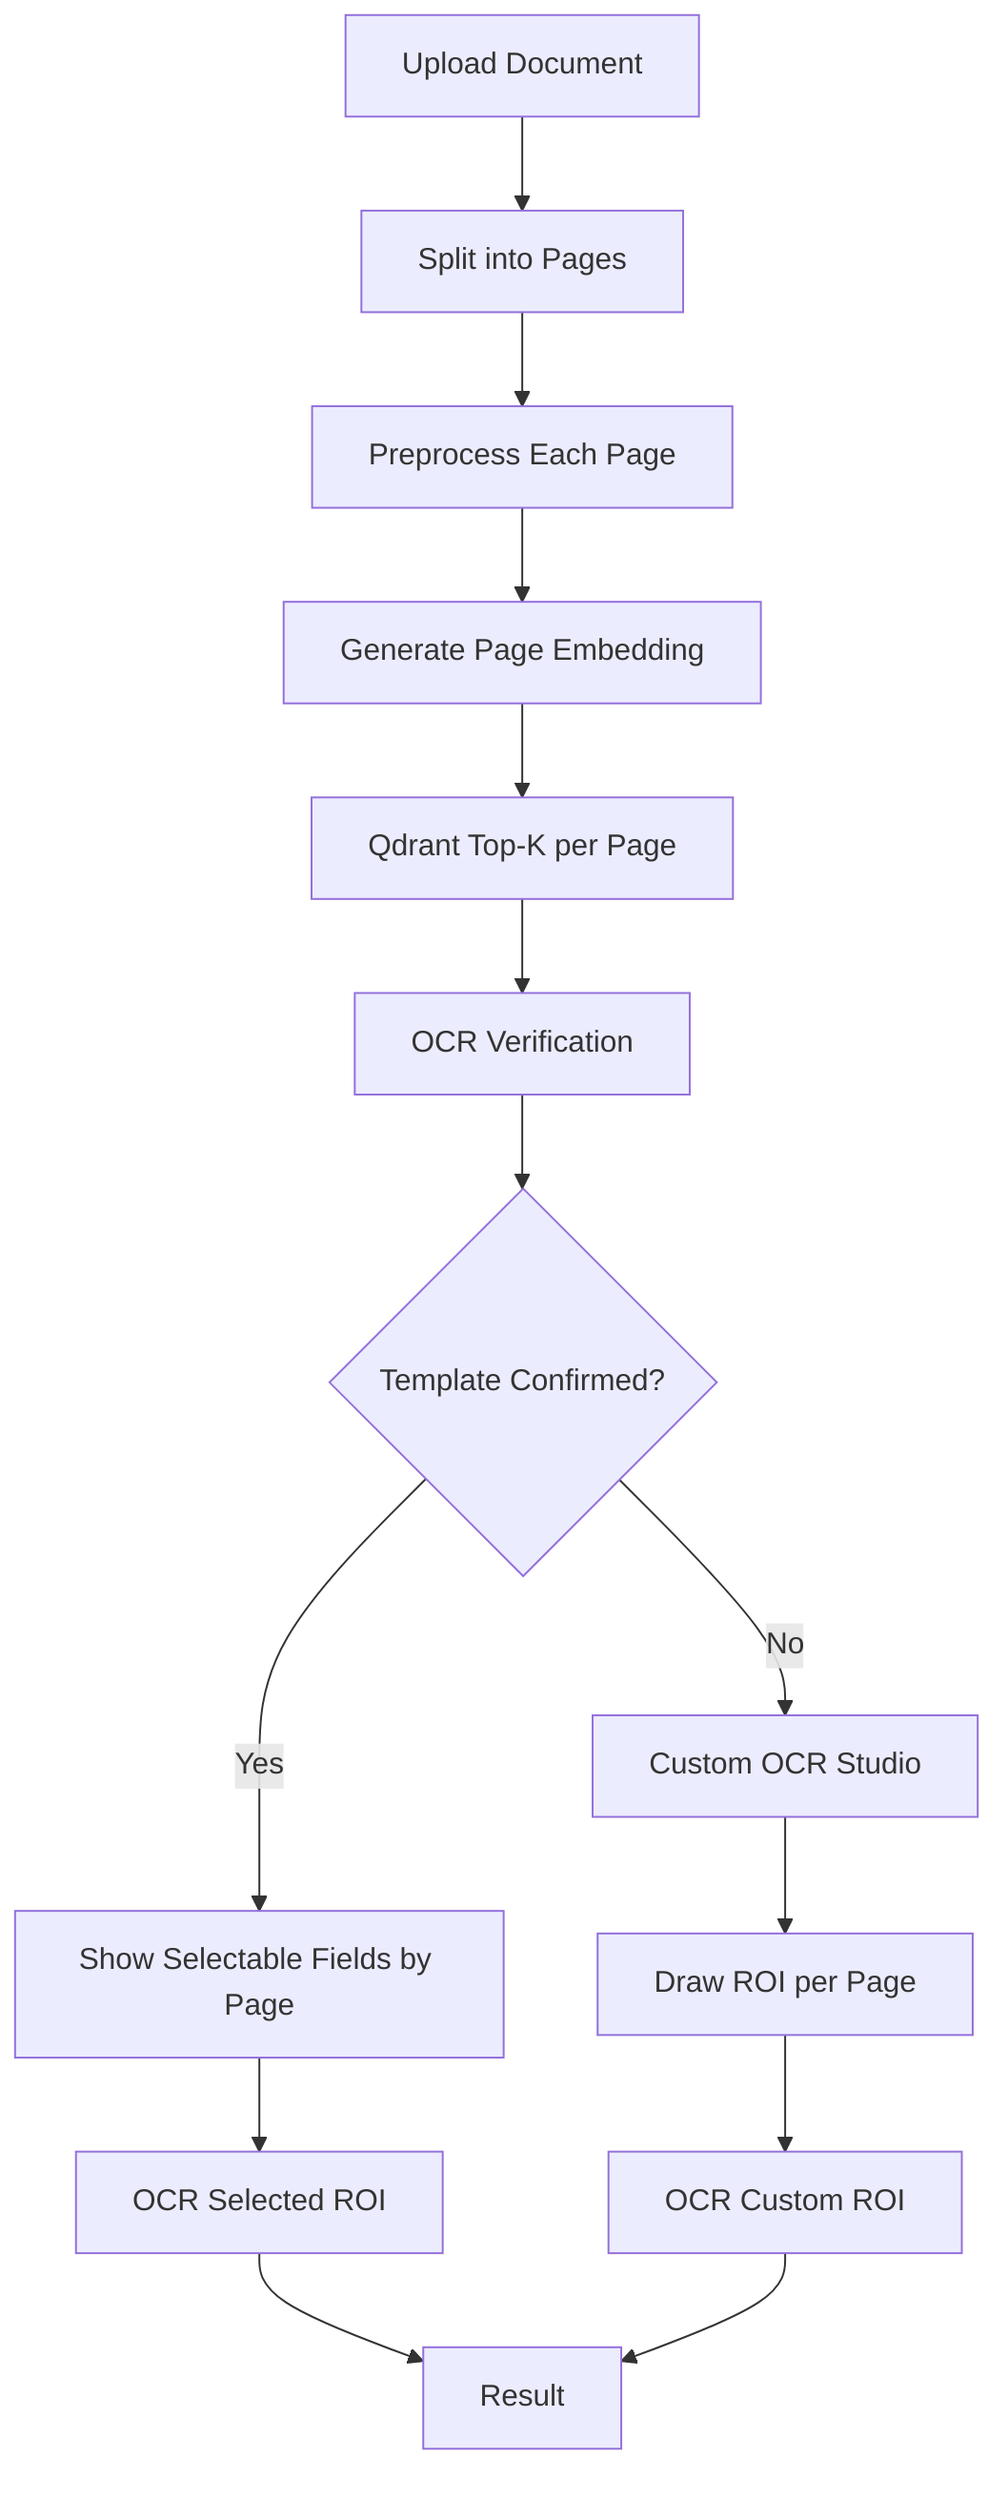
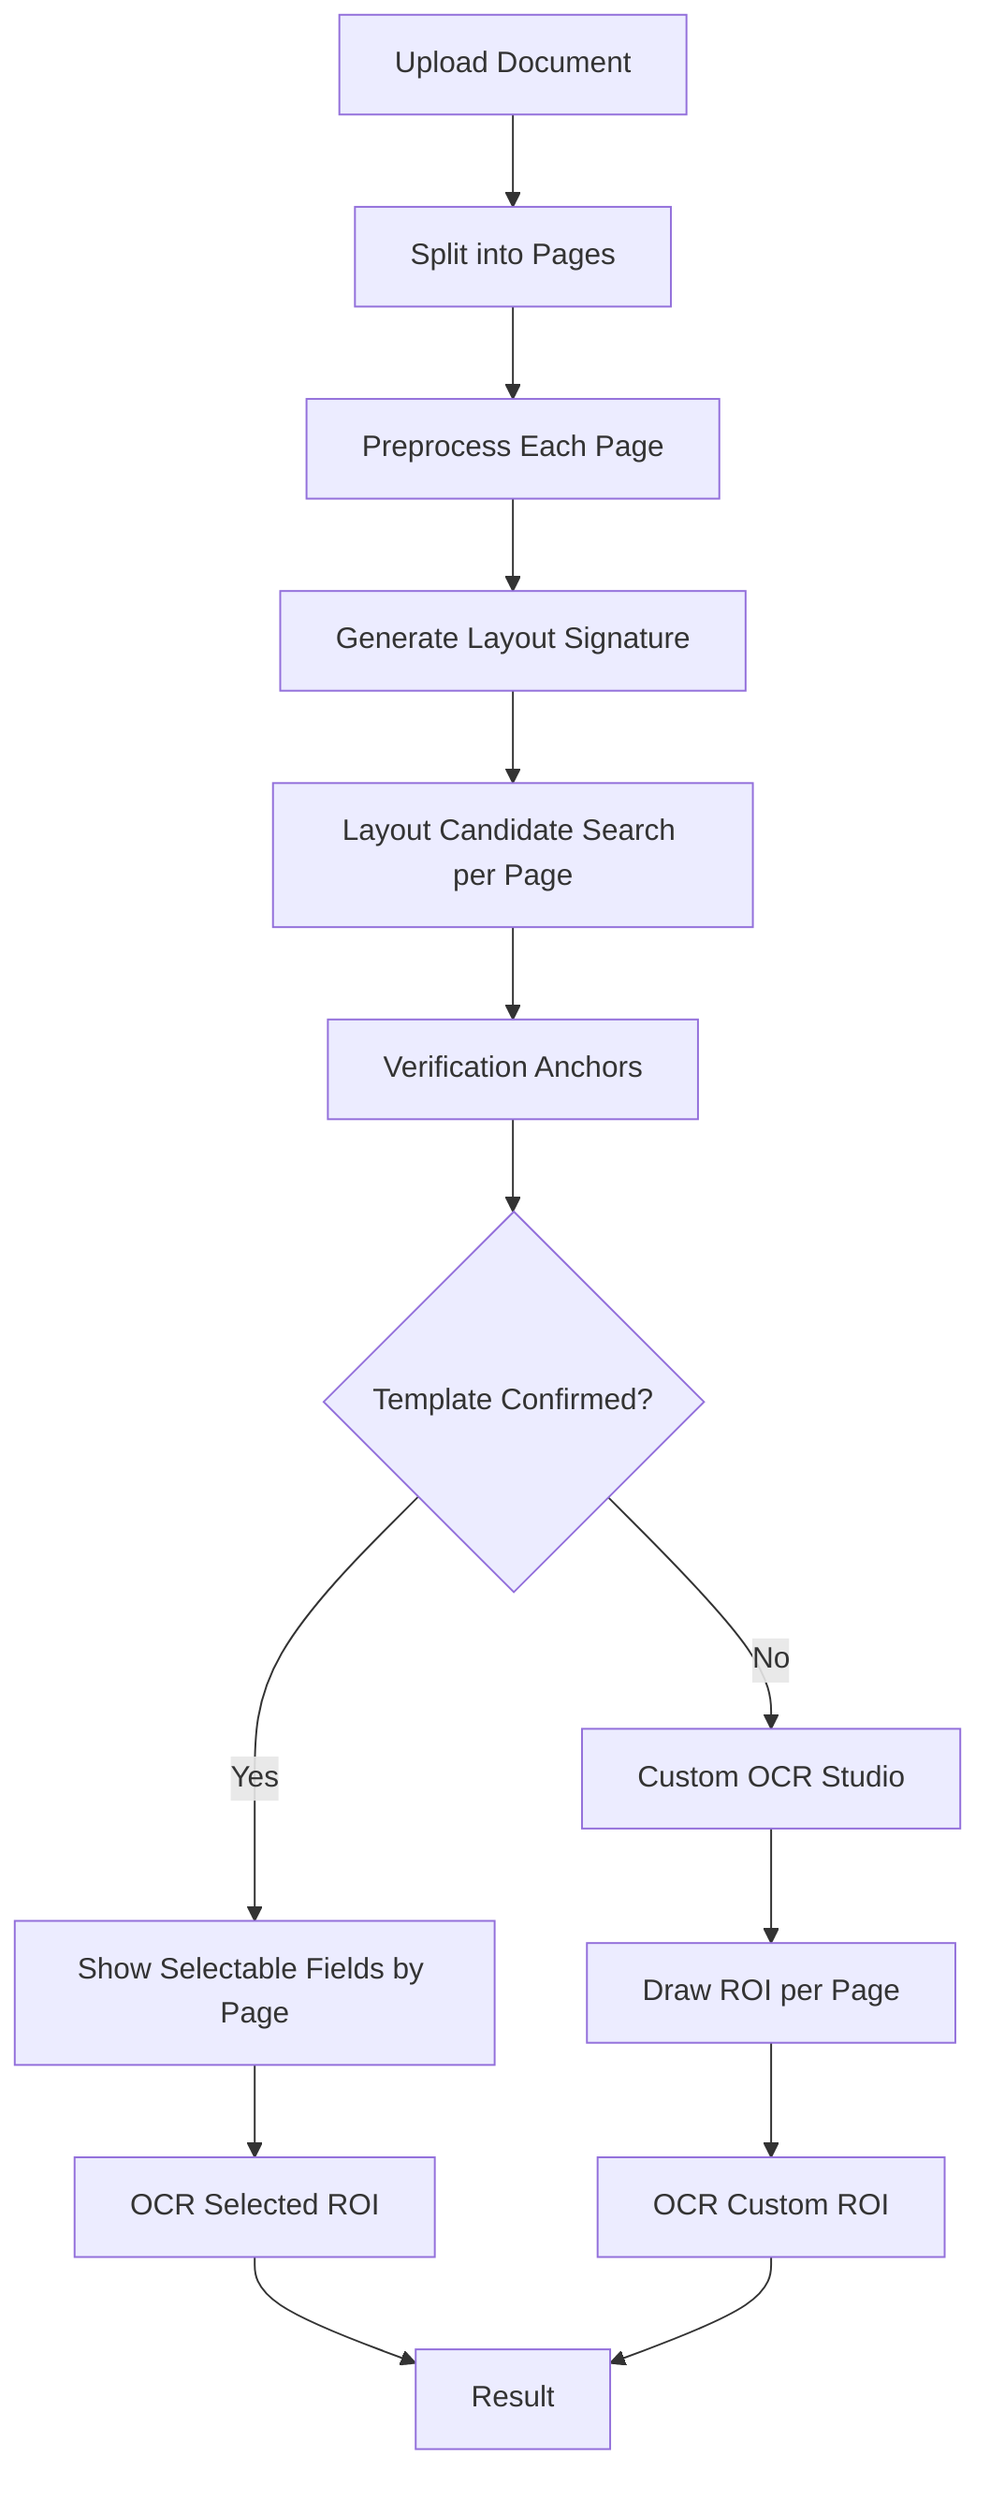
flowchart TD
  A[Upload Document] --> B[Split into Pages]
  B --> C[Preprocess Each Page]
-   C --> D[Generate Page Embedding]
-   D --> E[Qdrant Top-K per Page]
-   E --> F[OCR Verification]
+   C --> D[Generate Layout Signature]
+   D --> E[Layout Candidate Search per Page]
+   E --> F[Verification Anchors]
  F --> G{Template Confirmed?}
  G -- Yes --> H[Show Selectable Fields by Page]
  H --> I[OCR Selected ROI]
  I --> J[Result]
  G -- No --> K[Custom OCR Studio]
  K --> L[Draw ROI per Page]
  L --> M[OCR Custom ROI]
  M --> J
